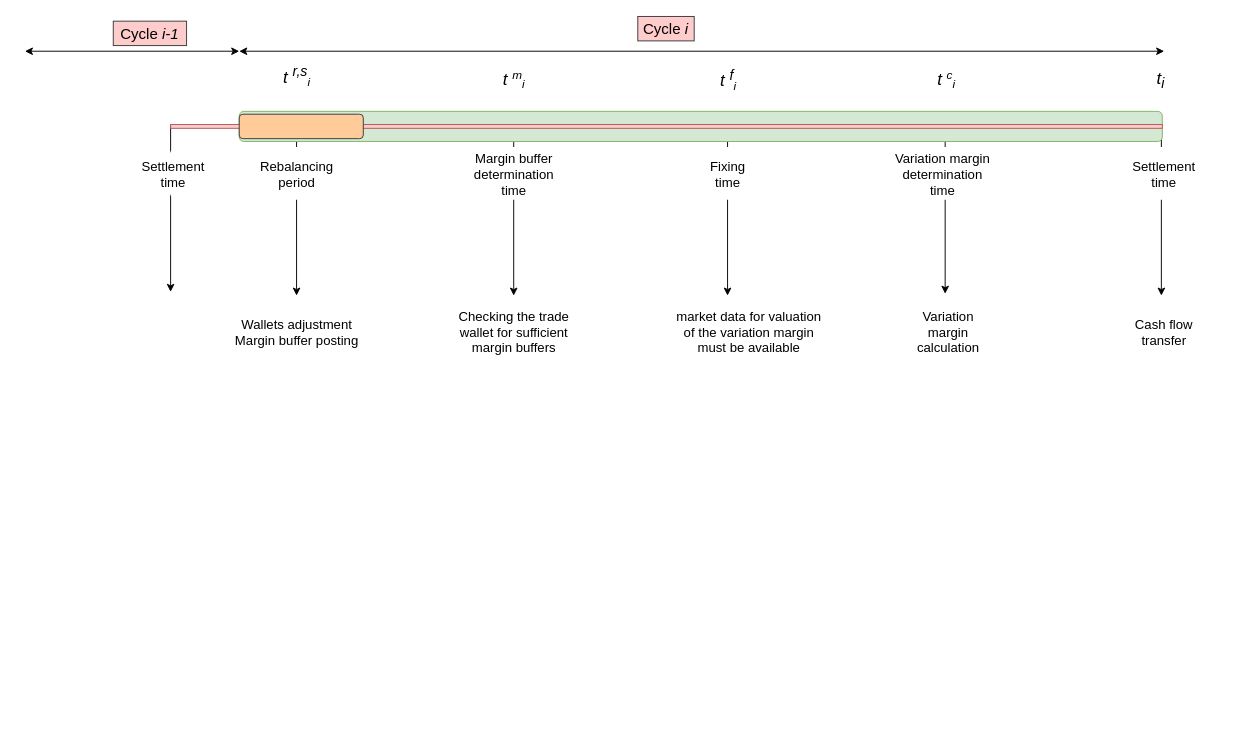
Edoumou/drawings keeps this draw.io diagram as page "Page-3" (3 of 3) of qualitaX.drawio. Above is the earlier version. Source tidied: cells renumbered, new cells numbered last; positions are measured from the earlier drawing's top-left corner, leaving out a move shared by most shapes. Both pictures are drawn from the tidied source at 94%, with x=0, y=0 at pixel (24, 16).
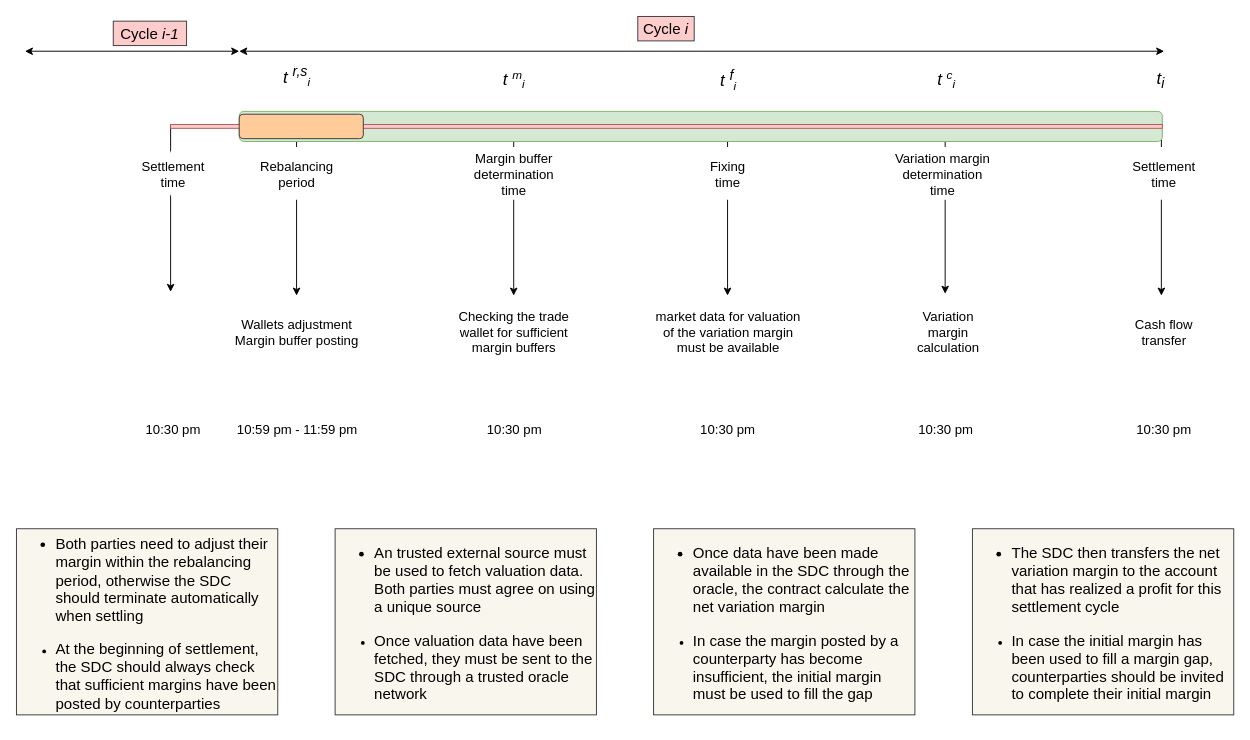
Above is the later version.

Diff of the diagram source:
```diff
@@
     <mxCell id="20" value="&lt;span style=&quot;font-size: 14px;&quot;&gt;market data for valuation of the variation margin must be&amp;nbsp;&lt;/span&gt;&lt;span style=&quot;font-size: 14px;&quot;&gt;available&lt;/span&gt;" style="text;html=1;align=center;verticalAlign=middle;whiteSpace=wrap;rounded=0;" parent="1" vertex="1">
-      <mxGeometry x="690.5" y="310" width="158.5" height="52" as="geometry" />
+      <mxGeometry x="668.8" y="310" width="158.5" height="52" as="geometry" />
     </mxCell>
@@
+    <mxCell id="32" value="&lt;font style=&quot;font-size: 14px;&quot;&gt;10:30 pm&lt;/font&gt;" style="text;html=1;align=center;verticalAlign=middle;whiteSpace=wrap;rounded=0;" parent="1" vertex="1">
+      <mxGeometry x="1181" y="427" width="62" height="25" as="geometry" />
+    </mxCell>
+    <mxCell id="33" value="&lt;font style=&quot;font-size: 14px;&quot;&gt;10:30 pm&lt;/font&gt;" style="text;html=1;align=center;verticalAlign=middle;whiteSpace=wrap;rounded=0;" parent="1" vertex="1">
+      <mxGeometry x="949.2" y="427" width="62" height="25" as="geometry" />
+    </mxCell>
+    <mxCell id="34" value="&lt;font style=&quot;font-size: 14px;&quot;&gt;10:30 pm&lt;/font&gt;" style="text;html=1;align=center;verticalAlign=middle;whiteSpace=wrap;rounded=0;" parent="1" vertex="1">
+      <mxGeometry x="717" y="427" width="62" height="25" as="geometry" />
+    </mxCell>
+    <mxCell id="35" value="&lt;font style=&quot;font-size: 14px;&quot;&gt;10:30 pm&lt;/font&gt;" style="text;html=1;align=center;verticalAlign=middle;whiteSpace=wrap;rounded=0;" parent="1" vertex="1">
+      <mxGeometry x="489.5" y="427" width="62" height="25" as="geometry" />
+    </mxCell>
+    <mxCell id="36" value="&lt;font style=&quot;font-size: 14px;&quot;&gt;10:59 pm - 11:59 pm&lt;/font&gt;" style="text;html=1;align=center;verticalAlign=middle;whiteSpace=wrap;rounded=0;" parent="1" vertex="1">
+      <mxGeometry x="218.5" y="427" width="142" height="25" as="geometry" />
+    </mxCell>
+    <mxCell id="37" value="&lt;font style=&quot;font-size: 14px;&quot;&gt;10:30 pm&lt;/font&gt;" style="text;html=1;align=center;verticalAlign=middle;whiteSpace=wrap;rounded=0;" parent="1" vertex="1">
+      <mxGeometry x="127" y="427" width="62" height="25" as="geometry" />
+    </mxCell>
+    <mxCell id="38" value="&lt;p style=&quot;line-height: 160%;&quot;&gt;&lt;/p&gt;&lt;ul style=&quot;font-size: 16px;&quot;&gt;&lt;li style=&quot;&quot;&gt;&lt;font style=&quot;font-size: 16px;&quot;&gt;Both parties need to adjust their margin within the rebalancing period, otherwise the SDC should terminate automatically when settling&lt;/font&gt;&lt;/li&gt;&lt;/ul&gt;&lt;ul style=&quot;&quot;&gt;&lt;li style=&quot;&quot;&gt;&lt;font style=&quot;font-size: 16px;&quot;&gt;At the beginning of settlement, the SDC should always check that sufficient margins have been posted by counterparties&lt;/font&gt;&lt;/li&gt;&lt;/ul&gt;&lt;p&gt;&lt;/p&gt;" style="text;html=1;align=left;verticalAlign=middle;whiteSpace=wrap;rounded=0;fillColor=#f9f7ed;strokeColor=#36393d;" parent="1" vertex="1">
+      <mxGeometry x="-9" y="545" width="278" height="198" as="geometry" />
+    </mxCell>
+    <mxCell id="39" value="&lt;p style=&quot;line-height: 160%;&quot;&gt;&lt;/p&gt;&lt;ul style=&quot;font-size: 16px;&quot;&gt;&lt;li style=&quot;&quot;&gt;An trusted external source must be used to fetch valuation data. Both parties must agree on using a unique source&amp;nbsp;&lt;/li&gt;&lt;/ul&gt;&lt;ul style=&quot;&quot;&gt;&lt;li style=&quot;&quot;&gt;&lt;span style=&quot;font-size: 16px;&quot;&gt;Once valuation data have been fetched, they must be sent to the SDC through a trusted oracle network&lt;/span&gt;&lt;/li&gt;&lt;/ul&gt;&lt;p&gt;&lt;/p&gt;" style="text;html=1;align=left;verticalAlign=middle;whiteSpace=wrap;rounded=0;fillColor=#f9f7ed;strokeColor=#36393d;" parent="1" vertex="1">
+      <mxGeometry x="330" y="545" width="278" height="198" as="geometry" />
+    </mxCell>
+    <mxCell id="40" value="&lt;p style=&quot;line-height: 160%;&quot;&gt;&lt;/p&gt;&lt;ul style=&quot;font-size: 16px;&quot;&gt;&lt;li style=&quot;&quot;&gt;Once data have been made available in the SDC through the oracle, the contract calculate the net variation margin&lt;/li&gt;&lt;/ul&gt;&lt;ul style=&quot;&quot;&gt;&lt;li style=&quot;&quot;&gt;&lt;span style=&quot;font-size: 16px;&quot;&gt;In case the margin posted by a counterparty has become insufficient, the initial margin must be used to fill the gap&lt;/span&gt;&lt;/li&gt;&lt;/ul&gt;&lt;p&gt;&lt;/p&gt;" style="text;html=1;align=left;verticalAlign=middle;whiteSpace=wrap;rounded=0;fillColor=#f9f7ed;strokeColor=#36393d;" parent="1" vertex="1">
+      <mxGeometry x="668.8" y="545" width="278" height="198" as="geometry" />
+    </mxCell>
+    <mxCell id="41" value="&lt;p style=&quot;line-height: 160%;&quot;&gt;&lt;/p&gt;&lt;ul style=&quot;font-size: 16px;&quot;&gt;&lt;li style=&quot;&quot;&gt;The SDC then transfers the net variation margin to the account that has realized a profit for this settlement cycle&lt;/li&gt;&lt;/ul&gt;&lt;ul style=&quot;&quot;&gt;&lt;li style=&quot;&quot;&gt;&lt;span style=&quot;font-size: 16px;&quot;&gt;In case the initial margin has been used to fill a margin gap, counterparties should be invited to complete their initial margin&lt;/span&gt;&lt;/li&gt;&lt;/ul&gt;&lt;p&gt;&lt;/p&gt;" style="text;html=1;align=left;verticalAlign=middle;whiteSpace=wrap;rounded=0;fillColor=#f9f7ed;strokeColor=#36393d;" parent="1" vertex="1">
+      <mxGeometry x="1008" y="545" width="278" height="198" as="geometry" />
+    </mxCell>
```
